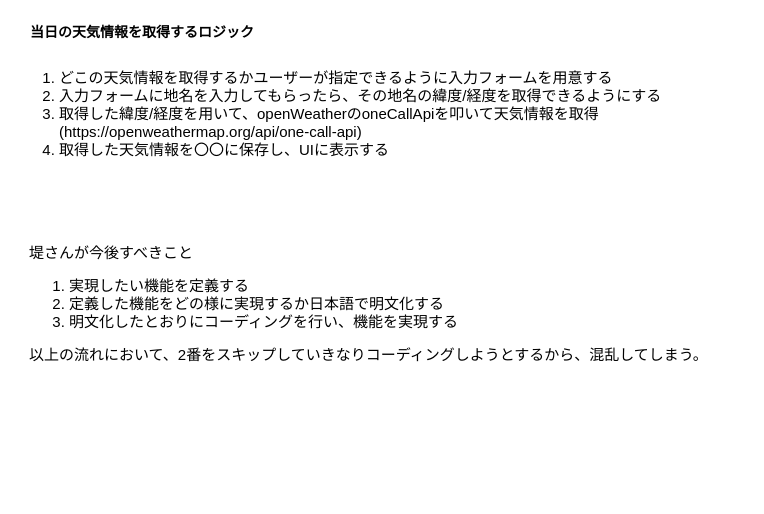
This is documents/fetchTodayForecast.dio from Yuta-Tsutsumi/weather-app, a draw.io file, before an edit. Source tidied: cells renumbered, new cells numbered last; positions are measured from the earlier drawing's top-left corner, leaving out a move shared by most shapes. Both pictures are drawn from the tidied source at 100%, with x=0, y=0 at pixel (17, 17).
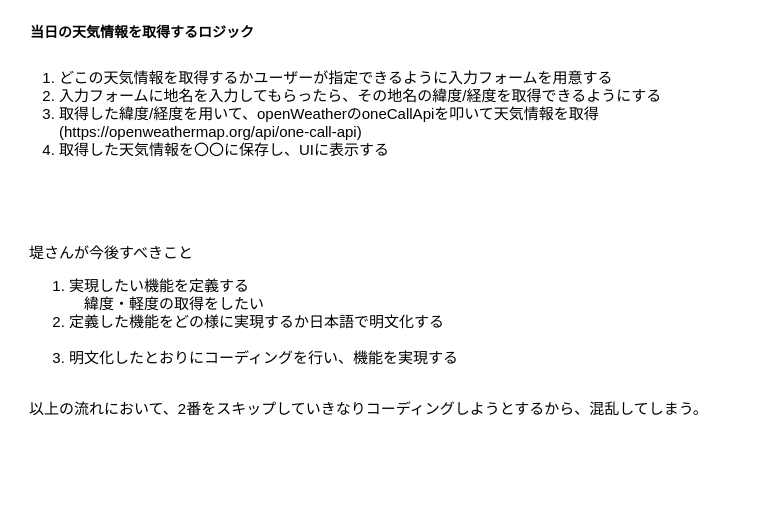
The same page after the edit.

Commit message:
実現したい機能の記入

The edit, as a diff of the source:
```diff
@@
 <mxGraphModel>
   <root>
     <mxCell id="0" />
     <mxCell id="1" parent="0" />
     <mxCell id="2" value="当日の天気情報を取得するロジック" style="text;html=1;align=center;verticalAlign=middle;whiteSpace=wrap;rounded=0;fontStyle=1;fontSize=14;" parent="1" vertex="1">
       <mxGeometry width="250" height="30" as="geometry" />
     </mxCell>
     <mxCell id="3" value="&lt;ol style=&quot;font-size: 15px;&quot;&gt;&lt;li style=&quot;font-size: 15px;&quot;&gt;どこの天気情報を取得するかユーザーが指定できるように入力フォームを用意する&lt;/li&gt;&lt;li style=&quot;font-size: 15px;&quot;&gt;入力フォームに地名を入力してもらったら、その地名の緯度/経度を取得できるようにする&lt;/li&gt;&lt;li style=&quot;font-size: 15px;&quot;&gt;取得した緯度/経度を用いて、openWeatherのoneCallApiを叩いて天気情報を取得(https://openweathermap.org/api/one-call-api)&lt;/li&gt;&lt;li style=&quot;font-size: 15px;&quot;&gt;取得した天気情報を〇〇に保存し、UIに表示する&lt;/li&gt;&lt;/ol&gt;" style="text;html=1;strokeColor=none;fillColor=none;align=left;verticalAlign=top;whiteSpace=wrap;rounded=0;fontSize=15;" parent="1" vertex="1">
       <mxGeometry y="30" width="670" height="150" as="geometry" />
     </mxCell>
-    <mxCell id="4" value="堤さんが今後すべきこと&lt;br style=&quot;font-size: 15px;&quot;&gt;&lt;ol style=&quot;font-size: 15px;&quot;&gt;&lt;li style=&quot;font-size: 15px;&quot;&gt;実現したい機能を定義する&lt;/li&gt;&lt;li style=&quot;font-size: 15px;&quot;&gt;定義した機能をどの様に実現するか日本語で明文化する&lt;/li&gt;&lt;li style=&quot;font-size: 15px;&quot;&gt;明文化したとおりにコーディングを行い、機能を実現する&lt;/li&gt;&lt;/ol&gt;&lt;div style=&quot;font-size: 15px;&quot;&gt;以上の流れにおいて、2番をスキップしていきなりコーディングしようとするから、混乱してしまう。&lt;/div&gt;" style="text;html=1;strokeColor=none;fillColor=none;align=left;verticalAlign=top;whiteSpace=wrap;rounded=0;fontSize=15;" parent="1" vertex="1">
-      <mxGeometry x="10" y="220" width="720" height="170" as="geometry" />
+    <mxCell id="4" value="堤さんが今後すべきこと&lt;br style=&quot;font-size: 15px&quot;&gt;&lt;ol style=&quot;font-size: 15px&quot;&gt;&lt;li style=&quot;font-size: 15px&quot;&gt;実現したい機能を定義する&lt;br&gt;　緯度・軽度の取得をしたい&lt;/li&gt;&lt;li style=&quot;font-size: 15px&quot;&gt;定義した機能をどの様に実現するか日本語で明文化する&lt;br&gt;　&lt;/li&gt;&lt;li style=&quot;font-size: 15px&quot;&gt;明文化したとおりにコーディングを行い、機能を実現する&lt;br&gt;　&lt;/li&gt;&lt;/ol&gt;&lt;div style=&quot;font-size: 15px&quot;&gt;以上の流れにおいて、2番をスキップしていきなりコーディングしようとするから、混乱してしまう。&lt;/div&gt;" style="text;html=1;strokeColor=none;fillColor=none;align=left;verticalAlign=top;whiteSpace=wrap;rounded=0;fontSize=15;" parent="1" vertex="1">
+      <mxGeometry x="10" y="220" width="720" height="260" as="geometry" />
     </mxCell>
   </root>
 </mxGraphModel>
```
